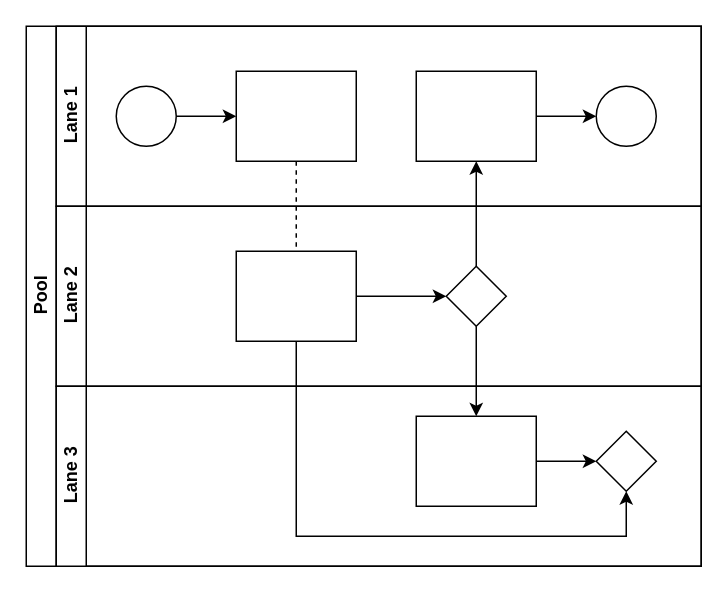
Before: Untitled Diagram.drawio in techlearner-tpk/diagrams, a draw.io diagram. Source tidied: cells renumbered, new cells numbered last; positions are measured from the earlier drawing's top-left corner, leaving out a move shared by most shapes. Both pictures are drawn from the tidied source at 150%, with x=0, y=0 at pixel (26, 26).
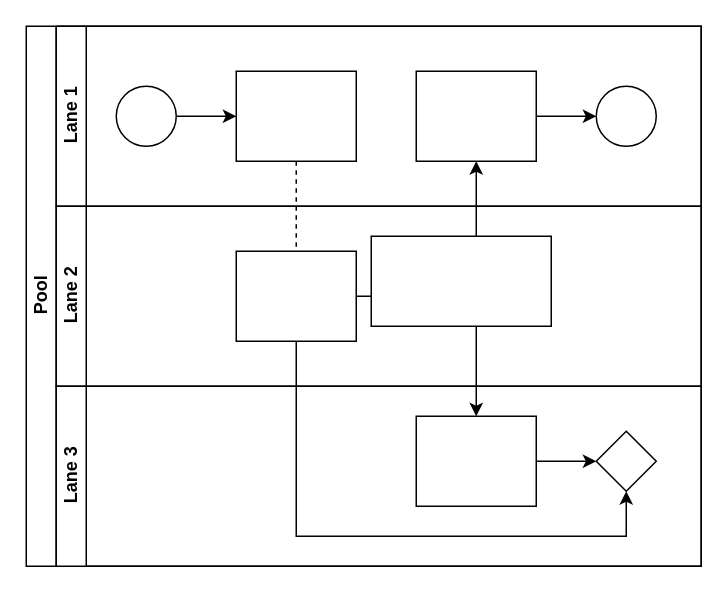
The same page after the edit.

Change to the diagram source:
```diff
@@
+    <mxCell id="22" style="rounded=0;whiteSpace=wrap;html=1;" parent="1" vertex="1">
+      <mxGeometry x="230" y="140" width="120" height="60" as="geometry" />
+    </mxCell>
```
